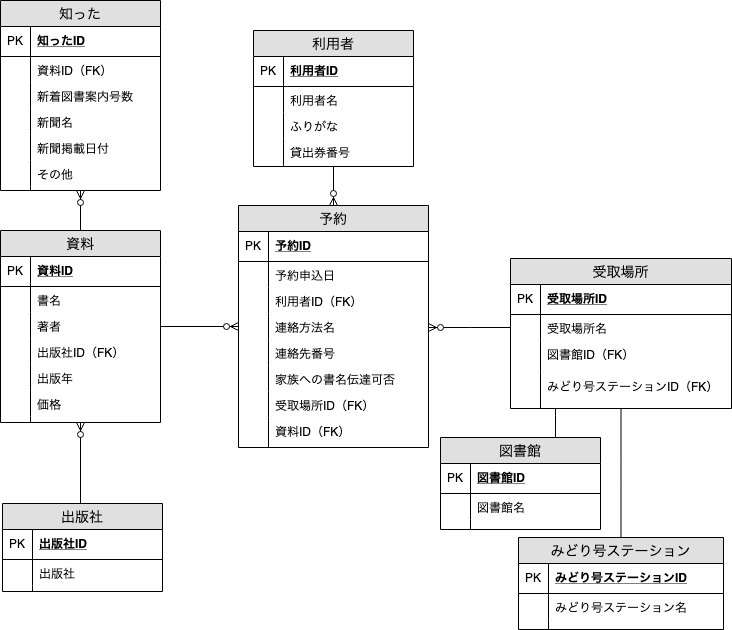
Before: 002_reservation_sheet.png, a diagram exported from draw.io (chihaso/rakurakuERD). Source tidied: cells renumbered, new cells last; positions are measured from the earlier drawing's top-left corner, leaving out a move shared by most shapes.
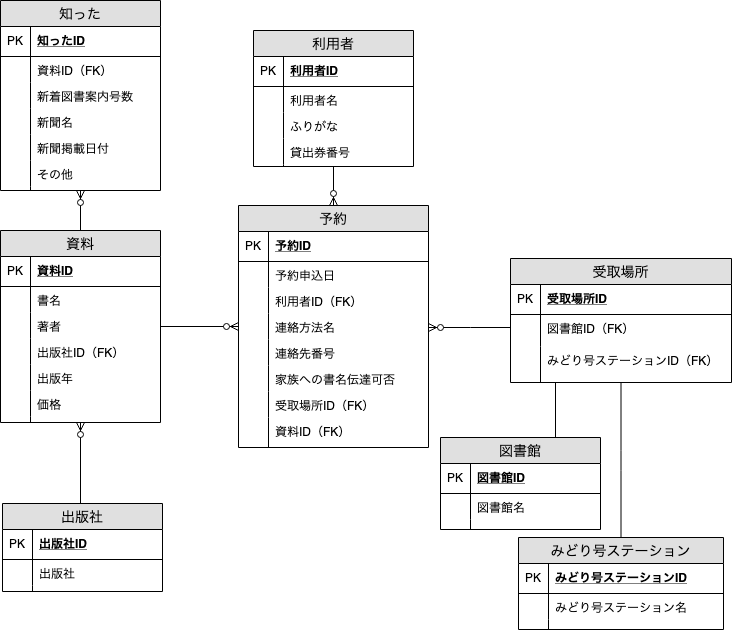
The same diagram one commit later.

Commit message:
受取場所名削除

Diff of the diagram source:
```diff
@@ -182,8 +182,9 @@
     <mxCell id="61" style="shape=partialRectangle;top=0;left=0;bottom=0;fillColor=none;align=left;verticalAlign=top;spacingLeft=4;spacingRight=4;overflow=hidden;fontSize=12;" parent="60" vertex="1">
       <mxGeometry width="30" height="10" as="geometry" />
     </mxCell>
-    <mxCell id="62" style="edgeStyle=elbowEdgeStyle;rounded=0;jettySize=auto;html=1;startArrow=none;startFill=0;endArrow=ERzeroToMany;endFill=1;exitX=0;exitY=0.5;exitDx=0;exitDy=0;" parent="1" edge="1" source="66">
+    <mxCell id="62" style="edgeStyle=elbowEdgeStyle;rounded=0;orthogonalLoop=1;jettySize=auto;html=1;startArrow=none;startFill=0;endArrow=ERzeroToMany;endFill=1;exitX=0;exitY=0.5;exitDx=0;exitDy=0;" parent="1" edge="1">
       <mxGeometry relative="1" as="geometry">
+        <mxPoint x="510" y="327" as="sourcePoint" />
         <mxPoint x="428" y="327" as="targetPoint" />
         <Array as="points">
           <mxPoint x="470" y="289" />
@@ -192,7 +193,7 @@
       </mxGeometry>
     </mxCell>
     <mxCell id="63" value="受取場所" style="swimlane;fontStyle=0;horizontal=1;startSize=26;fillColor=#e0e0e0;swimlaneFillColor=#ffffff;align=center;fontSize=14;" parent="1" vertex="1">
-      <mxGeometry x="510" y="258" width="221" height="150" as="geometry" />
+      <mxGeometry x="510" y="258" width="221" height="124" as="geometry" />
     </mxCell>
     <mxCell id="64" value="受取場所ID" style="shape=partialRectangle;top=0;left=0;right=0;bottom=1;align=left;verticalAlign=middle;fillColor=none;spacingLeft=34;spacingRight=4;overflow=hidden;fontStyle=5;fontSize=12;" parent="63" vertex="1">
       <mxGeometry y="26" width="221" height="30" as="geometry" />
@@ -200,20 +201,14 @@
     <mxCell id="65" value="PK" style="shape=partialRectangle;top=0;left=0;bottom=0;fillColor=none;align=left;verticalAlign=middle;spacingLeft=4;spacingRight=4;overflow=hidden;fontSize=12;" parent="64" vertex="1">
       <mxGeometry width="30" height="30" as="geometry" />
     </mxCell>
-    <mxCell id="66" value="受取場所名" style="shape=partialRectangle;top=0;left=0;right=0;bottom=0;align=left;verticalAlign=top;fillColor=none;spacingLeft=34;spacingRight=4;overflow=hidden;points=[[0,0.5],[1,0.5]];portConstraint=eastwest;fontSize=12;" parent="63" vertex="1">
-      <mxGeometry y="56" width="221" height="26" as="geometry" />
-    </mxCell>
-    <mxCell id="67" style="shape=partialRectangle;top=0;left=0;bottom=0;fillColor=none;align=left;verticalAlign=top;spacingLeft=4;spacingRight=4;overflow=hidden;fontSize=12;" parent="66" vertex="1">
-      <mxGeometry width="30" height="26" as="geometry" />
-    </mxCell>
     <mxCell id="68" value="図書館ID（FK）" style="shape=partialRectangle;top=0;left=0;right=0;bottom=0;align=left;verticalAlign=top;fillColor=none;spacingLeft=34;spacingRight=4;overflow=hidden;fontSize=12;" parent="63" vertex="1">
-      <mxGeometry y="82" width="221" height="32" as="geometry" />
+      <mxGeometry y="56" width="221" height="32" as="geometry" />
     </mxCell>
     <mxCell id="69" style="shape=partialRectangle;top=0;left=0;bottom=0;fillColor=none;align=left;verticalAlign=top;spacingLeft=4;spacingRight=4;overflow=hidden;fontSize=12;" parent="68" vertex="1">
       <mxGeometry width="30" height="32" as="geometry" />
     </mxCell>
     <mxCell id="70" value="みどり号ステーションID（FK）" style="shape=partialRectangle;top=0;left=0;right=0;bottom=0;align=left;verticalAlign=top;fillColor=none;spacingLeft=34;spacingRight=4;overflow=hidden;fontSize=12;" parent="63" vertex="1">
-      <mxGeometry y="114" width="221" height="36" as="geometry" />
+      <mxGeometry y="88" width="221" height="36" as="geometry" />
     </mxCell>
     <mxCell id="71" style="shape=partialRectangle;top=0;left=0;bottom=0;fillColor=none;align=left;verticalAlign=top;spacingLeft=4;spacingRight=4;overflow=hidden;fontSize=12;" parent="70" vertex="1">
       <mxGeometry width="30" height="36" as="geometry" />
```
